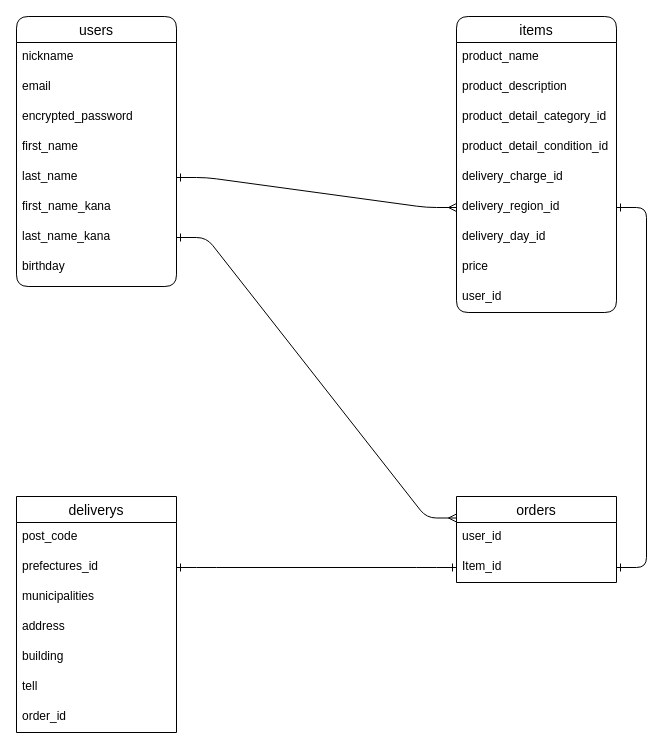
The draw.io diagram ER.dio in ssdtsk/furima-39334, before the edit. Source tidied: cells renumbered, new cells numbered last; positions are measured from the earlier drawing's top-left corner, leaving out a move shared by most shapes. Both pictures are drawn from the tidied source at 100%, with x=0, y=0 at pixel (16, 16).
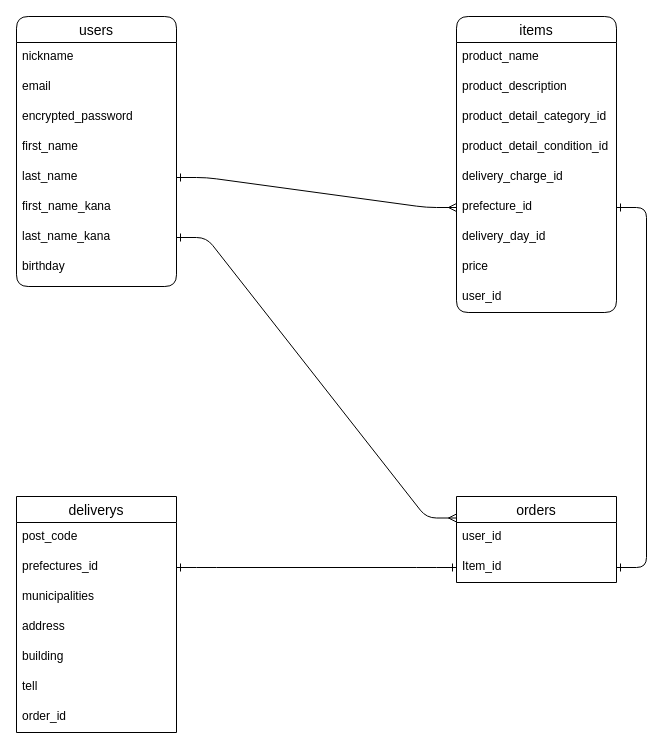
Above is the later version.

Unchanged cells that the change refers to:
```xml
<mxCell id="11" value="items" style="swimlane;fontStyle=0;horizontal=1;startSize=26;align=center;fontSize=14;rounded=1;" parent="1" vertex="1">
  <mxGeometry x="440" width="160" height="296" as="geometry" />
</mxCell>
```

The edit, as a diff of the source:
```diff
@@
-    <mxCell id="17" value="delivery_region_id" style="text;strokeColor=none;fillColor=none;spacingLeft=4;spacingRight=4;overflow=hidden;points=[[0,0.5],[1,0.5]];portConstraint=eastwest;fontSize=12;rounded=1;" parent="11" vertex="1">
+    <mxCell id="17" value="prefecture_id " style="text;strokeColor=none;fillColor=none;spacingLeft=4;spacingRight=4;overflow=hidden;points=[[0,0.5],[1,0.5]];portConstraint=eastwest;fontSize=12;rounded=1;" parent="11" vertex="1">
       <mxGeometry y="176" width="160" height="30" as="geometry" />
     </mxCell>
```
